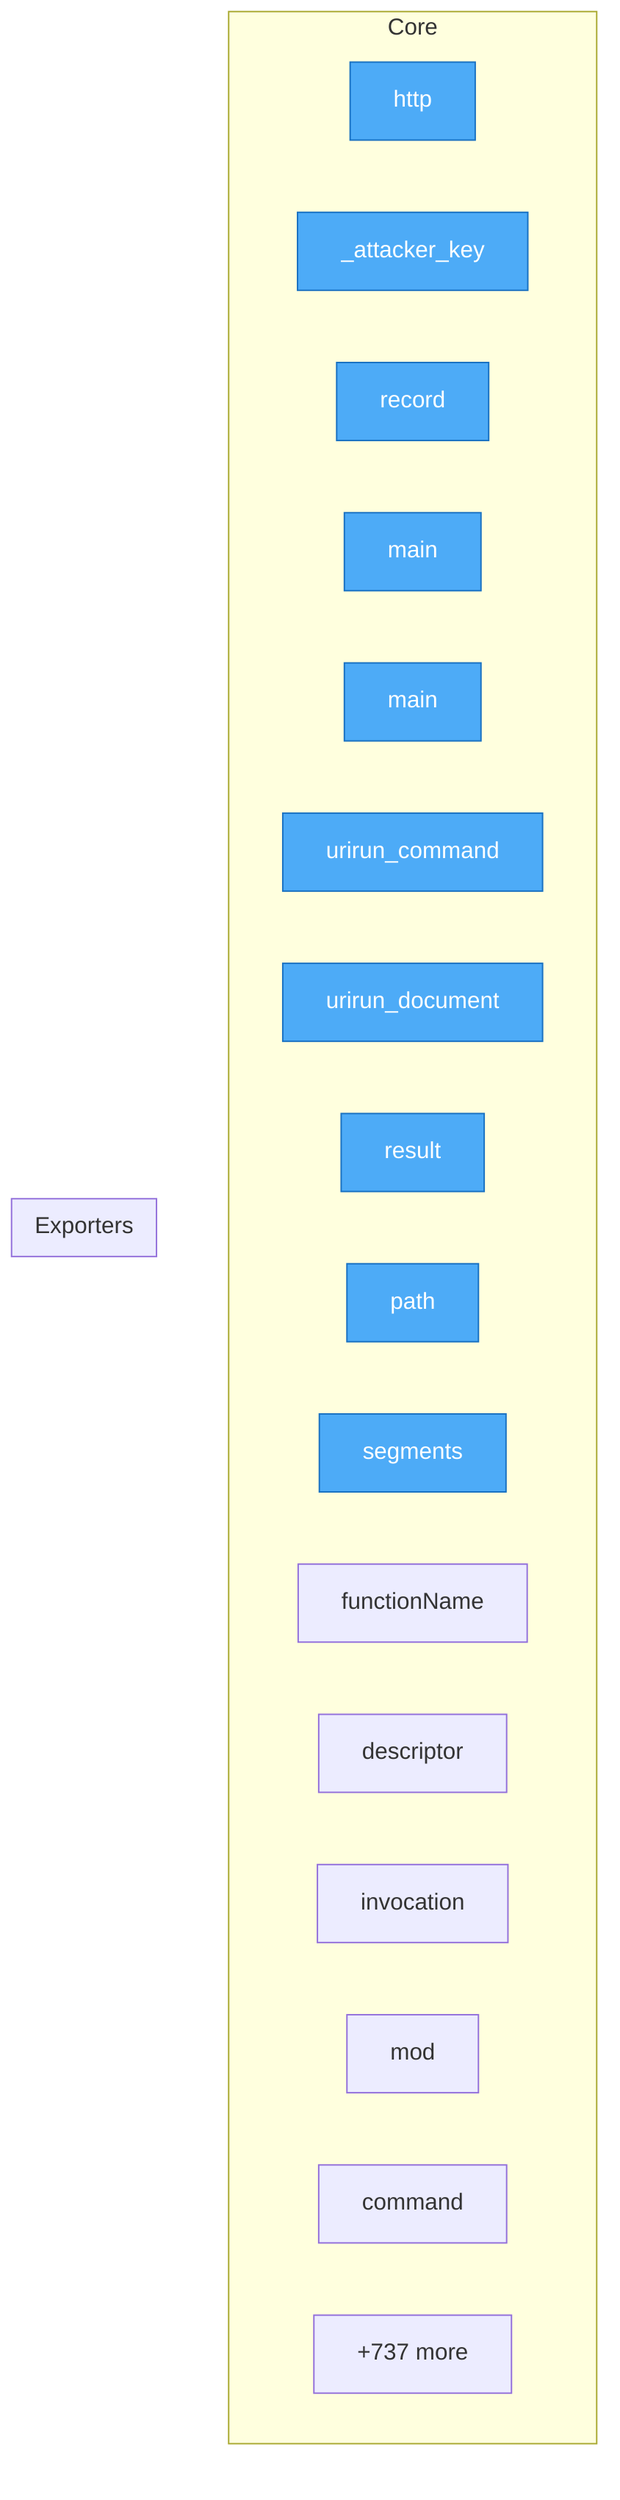
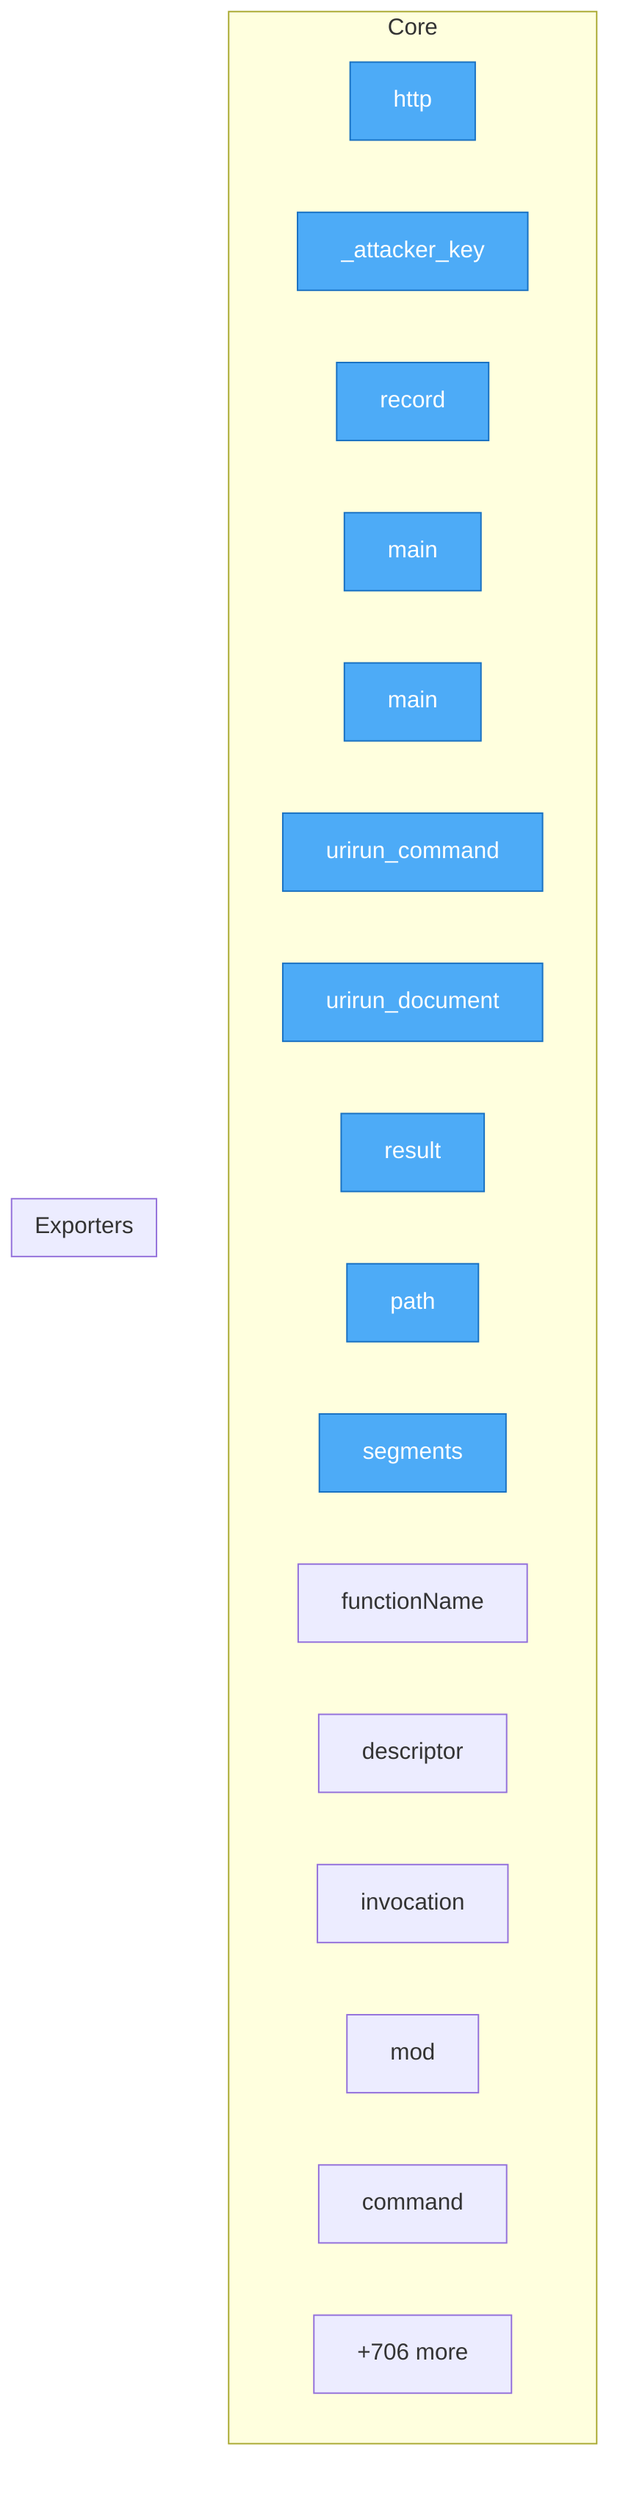
flowchart TD
%% generated in 0.04s

    %% Entry points (blue)
    classDef entry fill:#4dabf7,stroke:#1971c2,color:#fff

    subgraph Core
        security__mesh_probe__probe__http["http"]
        security__mesh_probe__probe___attacker_key["_attacker_key"]
        security__mesh_probe__probe__record["record"]
        adapters__conformance__main["main"]
        adapters__new_connector__main["main"]
        adapters__bash__urirun__urirun_command["urirun_command"]
        adapters__bash__urirun__urirun_document["urirun_document"]
        adapters__js__index__test__result["result"]
        adapters__js__path["path"]
        adapters__js__segments["segments"]
        adapters__js__functionName["functionName"]
        adapters__js__descriptor["descriptor"]
        adapters__js__invocation["invocation"]
        adapters__js__mod["mod"]
        adapters__java__Urirun__Urirun__command["command"]
-         ...["+737 more"]
+         ...["+706 more"]
    end

    subgraph Exporters
    end

    class security__mesh_probe__probe__http,security__mesh_probe__probe___attacker_key,security__mesh_probe__probe__record,adapters__conformance__main,adapters__new_connector__main,adapters__bash__urirun__urirun_command,adapters__bash__urirun__urirun_document,adapters__js__index__test__result,adapters__js__path,adapters__js__segments entry
